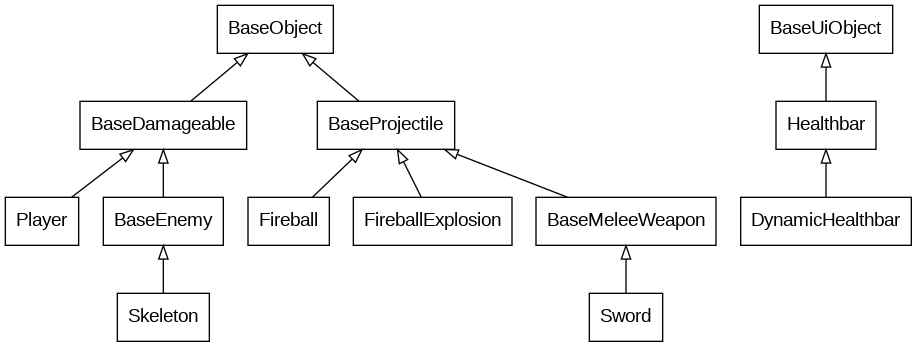
lachfoy/2dgameABANDONED keeps this Graphviz diagram as inheritance.gv.png. Above is the earlier version. Its source is kept beside it as inheritance.gv.
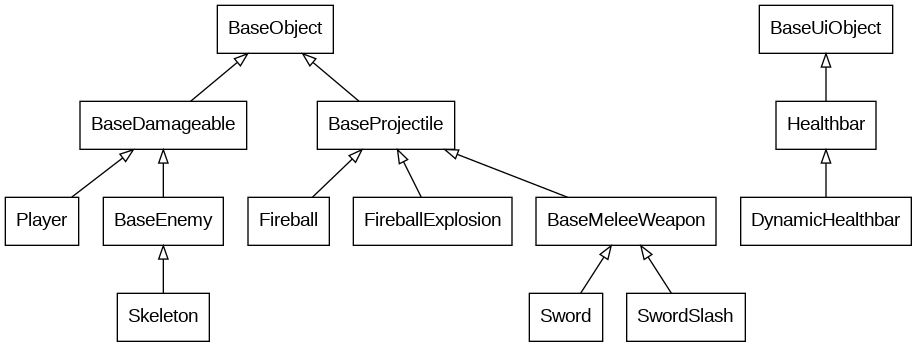
The same file after the commit.

Change to the diagram source:
```diff
@@ -5,7 +5,7 @@
     BaseObject->{BaseDamageable, BaseProjectile}
     BaseDamageable->{Player, BaseEnemy}
     BaseProjectile->{Fireball, FireballExplosion, BaseMeleeWeapon}
-    BaseMeleeWeapon->Sword
+    BaseMeleeWeapon->{Sword, SwordSlash}
     BaseEnemy->Skeleton
 
     BaseUiObject->Healthbar
```
